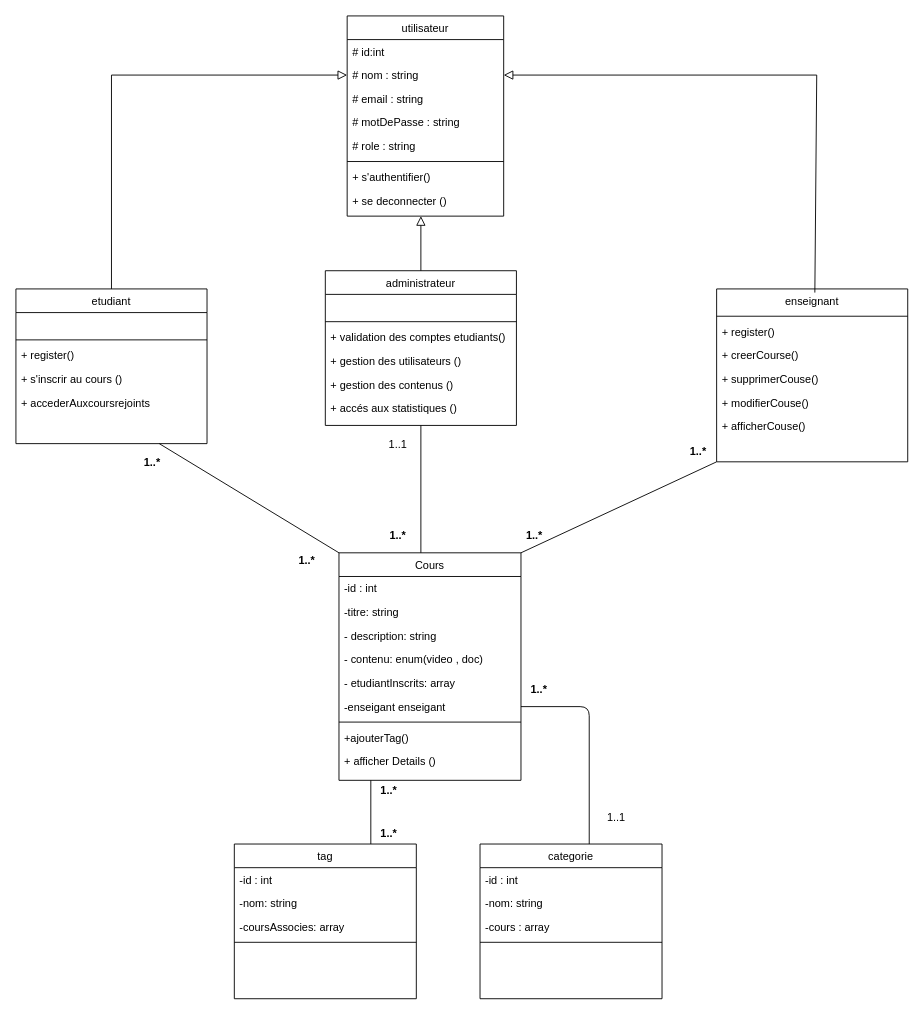
Above: diagramme-classe.drawio in HananeOubaha/Youdemy (draw.io), before the change. Source tidied: cells renumbered, new cells numbered last; positions are measured from the earlier drawing's top-left corner, leaving out a move shared by most shapes. Both pictures are drawn from the tidied source at 91%, with x=0, y=0 at pixel (15, 15).
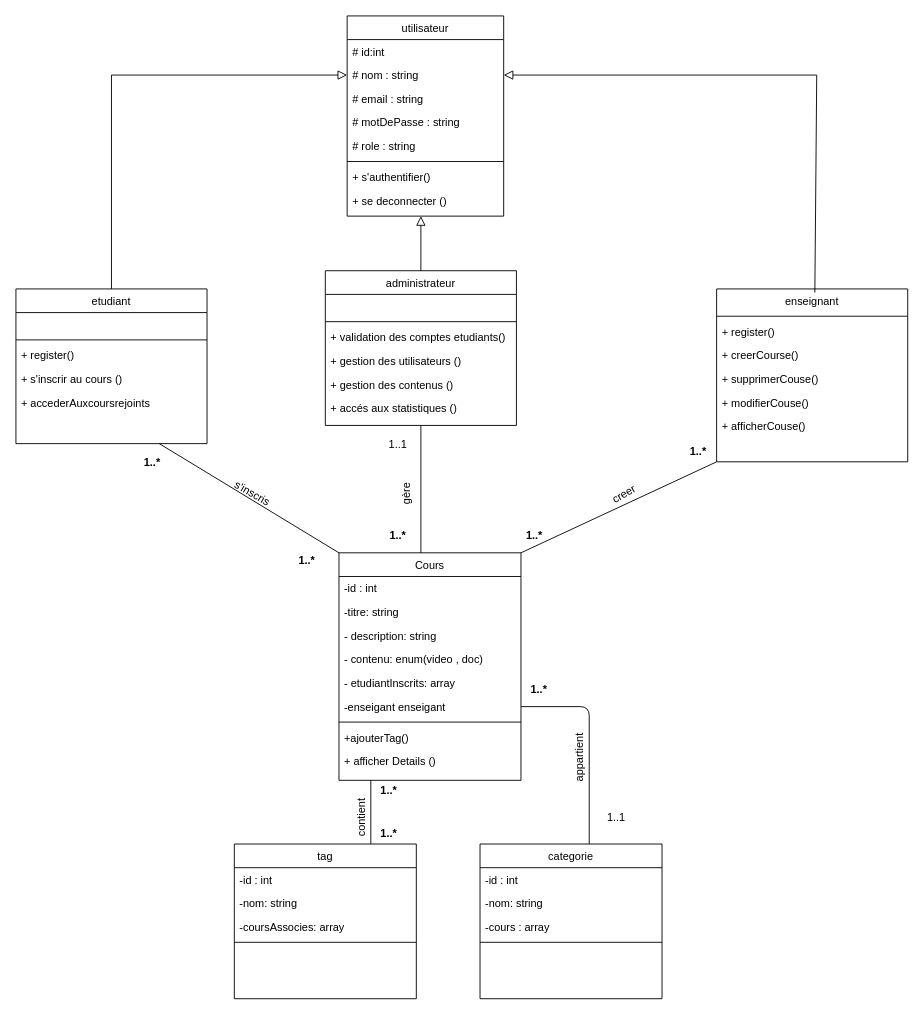
After the change.

Commit message:
j'ai ajouter des verbe d'actions entre les entités pour mettre en valeur les relations

Change to the diagram source:
```diff
@@
+    <mxCell id="73" value="s'inscris" style="text;html=1;strokeColor=none;fillColor=none;align=center;verticalAlign=middle;whiteSpace=wrap;rounded=0;rotation=30;" parent="1" vertex="1">
+      <mxGeometry x="230" y="510" width="60" height="30" as="geometry" />
+    </mxCell>
+    <mxCell id="74" value="creer&amp;nbsp;" style="text;html=1;strokeColor=none;fillColor=none;align=center;verticalAlign=middle;whiteSpace=wrap;rounded=0;rotation=-30;" parent="1" vertex="1">
+      <mxGeometry x="640" y="510" width="60" height="30" as="geometry" />
+    </mxCell>
+    <mxCell id="75" value="appartient" style="text;html=1;strokeColor=none;fillColor=none;align=center;verticalAlign=middle;whiteSpace=wrap;rounded=0;rotation=-90;" parent="1" vertex="1">
+      <mxGeometry x="590" y="800" width="60" height="30" as="geometry" />
+    </mxCell>
+    <mxCell id="76" value="contient" style="text;html=1;strokeColor=none;fillColor=none;align=center;verticalAlign=middle;whiteSpace=wrap;rounded=0;rotation=-90;" parent="1" vertex="1">
+      <mxGeometry x="350" y="866" width="60" height="30" as="geometry" />
+    </mxCell>
+    <mxCell id="77" value="gère" style="text;html=1;strokeColor=none;fillColor=none;align=center;verticalAlign=middle;whiteSpace=wrap;rounded=0;rotation=-90;" parent="1" vertex="1">
+      <mxGeometry x="400" y="510" width="60" height="30" as="geometry" />
+    </mxCell>
```
